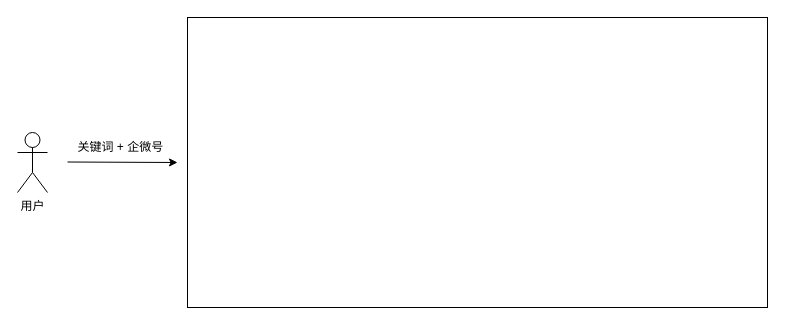
Before: technology-solution/关键词回复.drawio in Rocky-Hu/document, a draw.io diagram. Source tidied: cells renumbered, new cells numbered last; positions are measured from the earlier drawing's top-left corner, leaving out a move shared by most shapes. Both pictures are drawn from the tidied source at 100%, with x=0, y=0 at pixel (17, 17).
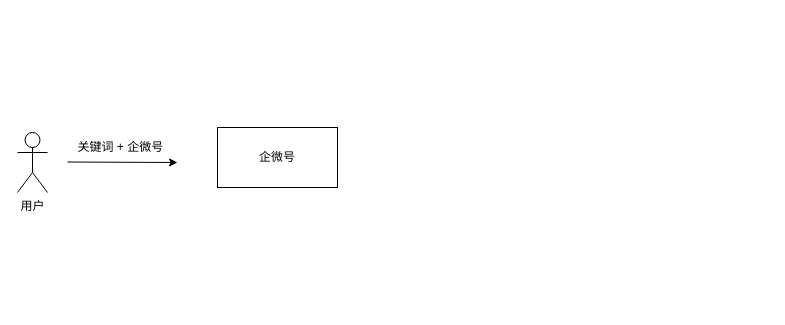
After the change.

Commit message (it also covers changes not shown here):
Update 关键词回复.drawio

Diff of the diagram source:
```diff
@@
 <mxGraphModel>
   <root>
     <mxCell id="0" />
     <mxCell id="1" parent="0" />
     <mxCell id="2" value="用户" style="shape=umlActor;verticalLabelPosition=bottom;verticalAlign=top;html=1;" parent="1" vertex="1">
       <mxGeometry y="115" width="30" height="60" as="geometry" />
     </mxCell>
     <mxCell id="3" style="endArrow=classic;html=1;" parent="1" edge="1">
       <mxGeometry relative="1" as="geometry">
         <mxPoint x="50" y="144.5" as="sourcePoint" />
         <mxPoint x="160" y="145" as="targetPoint" />
       </mxGeometry>
     </mxCell>
     <mxCell id="4" value="关键词 + 企微号&amp;nbsp;" style="text;html=1;strokeColor=none;fillColor=none;align=center;verticalAlign=middle;whiteSpace=wrap;rounded=0;" parent="1" vertex="1">
       <mxGeometry x="40" y="115" width="130" height="30" as="geometry" />
     </mxCell>
-    <mxCell id="5" style="rounded=0;whiteSpace=wrap;html=1;" parent="1" vertex="1">
-      <mxGeometry x="170" width="580" height="290" as="geometry" />
-    </mxCell>
+    <mxCell id="6" value="企微号" style="rounded=0;whiteSpace=wrap;html=1;" parent="1" vertex="1">
+      <mxGeometry x="200" y="110" width="120" height="60" as="geometry" />
+    </mxCell>
   </root>
 </mxGraphModel>
```
